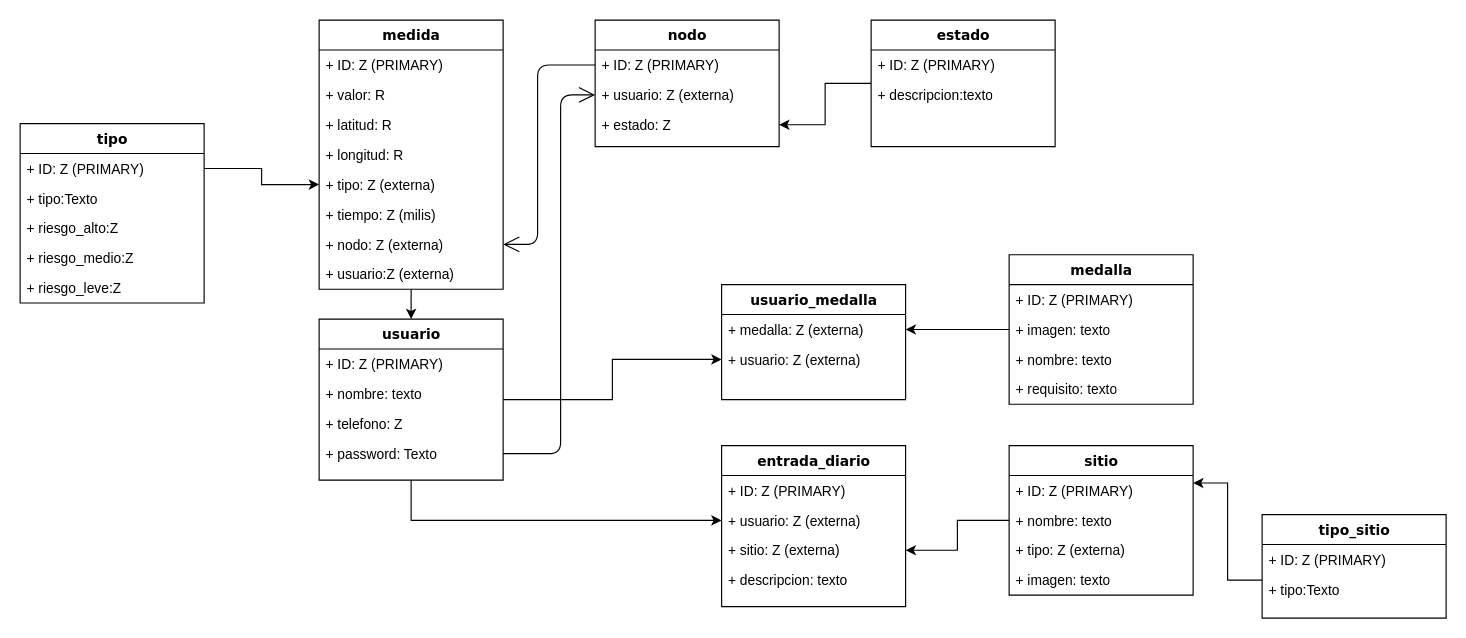
Before: docs/BBDD_M1.drawio in pdepau/TerrenoEco_Backend, a draw.io diagram. Source tidied: cells renumbered, new cells numbered last; positions are measured from the earlier drawing's top-left corner, leaving out a move shared by most shapes. Both pictures are drawn from the tidied source at 115%, with x=0, y=0 at pixel (20, 20).
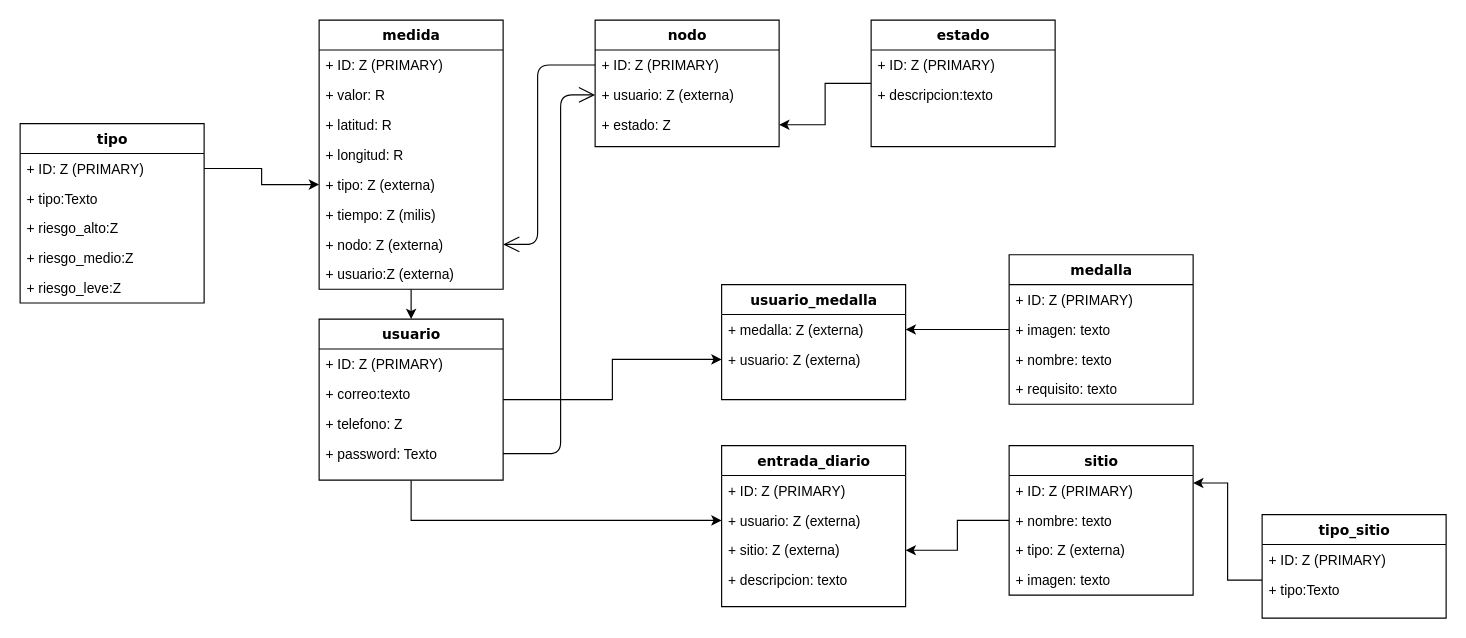
The same diagram, later.

The change refers to these unchanged cells:
```xml
<mxCell id="4" value="usuario" style="swimlane;html=1;fontStyle=1;align=center;verticalAlign=top;horizontal=1;startSize=26;swimlaneFillColor=#ffffff;rounded=0;shadow=0;comic=0;labelBackgroundColor=none;strokeWidth=1;fillColor=none;fontFamily=Verdana;fontSize=12;" parent="1" vertex="1">
  <mxGeometry x="260" y="260" width="160" height="140" as="geometry" />
</mxCell>
```

Diff of the diagram source:
```diff
@@
-    <mxCell id="6" value="+ nombre: texto" style="text;html=1;strokeColor=none;fillColor=none;align=left;verticalAlign=top;spacingLeft=4;spacingRight=4;whiteSpace=wrap;overflow=hidden;" parent="4" vertex="1">
+    <mxCell id="6" value="+ correo:texto" style="text;html=1;strokeColor=none;fillColor=none;align=left;verticalAlign=top;spacingLeft=4;spacingRight=4;whiteSpace=wrap;overflow=hidden;" parent="4" vertex="1">
       <mxGeometry y="52" width="160" height="26" as="geometry" />
     </mxCell>
```
